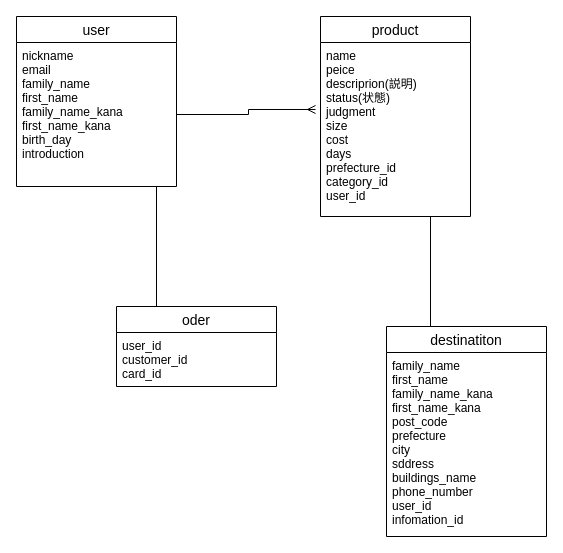
Earlier version of the draw.io diagram furima.dio (renharano/furima-33045). Source tidied: cells renumbered, new cells numbered last; positions are measured from the earlier drawing's top-left corner, leaving out a move shared by most shapes. Both pictures are drawn from the tidied source at 100%, with x=0, y=0 at pixel (16, 16).
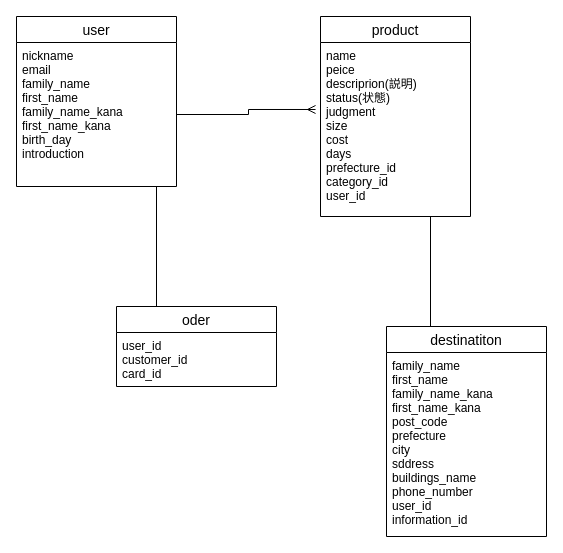
The same page after the edit.

Change to the diagram source:
```diff
@@
 <mxGraphModel>
   <root>
     <mxCell id="0" />
     <mxCell id="1" parent="0" />
     <mxCell id="2" value="user" style="swimlane;fontStyle=0;horizontal=1;startSize=26;align=center;fontSize=14;" parent="1" vertex="1">
       <mxGeometry width="160" height="170" as="geometry" />
     </mxCell>
     <mxCell id="3" value="nickname&#10;email&#10;family_name&#10;first_name&#10;family_name_kana&#10;first_name_kana&#10;birth_day&#10;introduction" style="text;strokeColor=none;fillColor=none;spacingLeft=4;spacingRight=4;overflow=hidden;points=[[0,0.5],[1,0.5]];portConstraint=eastwest;fontSize=12;" parent="2" vertex="1">
       <mxGeometry y="26" width="160" height="144" as="geometry" />
     </mxCell>
     <mxCell id="4" value="product" style="swimlane;fontStyle=0;horizontal=1;startSize=26;align=center;fontSize=14;" parent="1" vertex="1">
       <mxGeometry x="304" width="150" height="200" as="geometry" />
     </mxCell>
     <mxCell id="5" value="name&#10;peice&#10;descriprion(説明)&#10;status(状態)&#10;judgment&#10;size&#10;cost&#10;days&#10;prefecture_id&#10;category_id&#10;user_id&#10;" style="text;strokeColor=none;fillColor=none;spacingLeft=4;spacingRight=4;overflow=hidden;points=[[0,0.5],[1,0.5]];portConstraint=eastwest;fontSize=12;" parent="4" vertex="1">
       <mxGeometry y="26" width="150" height="174" as="geometry" />
     </mxCell>
     <mxCell id="6" style="edgeStyle=orthogonalEdgeStyle;rounded=0;jettySize=auto;html=1;exitX=0.25;exitY=0;exitDx=0;exitDy=0;endArrow=none;endFill=0;" parent="1" edge="1" source="7">
       <mxGeometry relative="1" as="geometry">
         <mxPoint x="140" y="170" as="targetPoint" />
       </mxGeometry>
     </mxCell>
     <mxCell id="7" value="oder" style="swimlane;fontStyle=0;horizontal=1;startSize=26;align=center;fontSize=14;" parent="1" vertex="1">
       <mxGeometry x="100" y="290" width="160" height="80" as="geometry" />
     </mxCell>
     <mxCell id="8" value="user_id&#10;customer_id&#10;card_id" style="text;strokeColor=none;fillColor=none;spacingLeft=4;spacingRight=4;overflow=hidden;fontSize=12;" parent="7" vertex="1">
       <mxGeometry y="26" width="160" height="54" as="geometry" />
     </mxCell>
     <mxCell id="9" style="edgeStyle=orthogonalEdgeStyle;rounded=0;jettySize=auto;html=1;exitX=0.25;exitY=0;exitDx=0;exitDy=0;endArrow=none;endFill=0;" parent="1" edge="1" source="10">
       <mxGeometry relative="1" as="geometry">
         <mxPoint x="414" y="200" as="targetPoint" />
         <Array as="points">
           <mxPoint x="414" y="310" />
         </Array>
       </mxGeometry>
     </mxCell>
     <mxCell id="10" value="destinatiton" style="swimlane;fontStyle=0;horizontal=1;startSize=26;align=center;fontSize=14;" parent="1" vertex="1">
       <mxGeometry x="370" y="310" width="160" height="210" as="geometry" />
     </mxCell>
-    <mxCell id="11" value="family_name&#10;first_name&#10;family_name_kana&#10;first_name_kana&#10;post_code&#10;prefecture&#10;city&#10;sddress&#10;buildings_name&#10;phone_number&#10;user_id&#10;infomation_id&#10;" style="text;strokeColor=none;fillColor=none;spacingLeft=4;spacingRight=4;overflow=hidden;fontSize=12;" parent="10" vertex="1">
+    <mxCell id="11" value="family_name&#10;first_name&#10;family_name_kana&#10;first_name_kana&#10;post_code&#10;prefecture&#10;city&#10;sddress&#10;buildings_name&#10;phone_number&#10;user_id&#10;information_id&#10;" style="text;strokeColor=none;fillColor=none;spacingLeft=4;spacingRight=4;overflow=hidden;fontSize=12;" parent="10" vertex="1">
       <mxGeometry y="26" width="160" height="184" as="geometry" />
     </mxCell>
     <mxCell id="12" style="edgeStyle=orthogonalEdgeStyle;rounded=0;jettySize=auto;html=1;entryX=-0.033;entryY=0.385;entryDx=0;entryDy=0;entryPerimeter=0;endArrow=ERmany;endFill=0;" parent="1" edge="1" source="3" target="5">
       <mxGeometry relative="1" as="geometry" />
     </mxCell>
   </root>
 </mxGraphModel>
```
